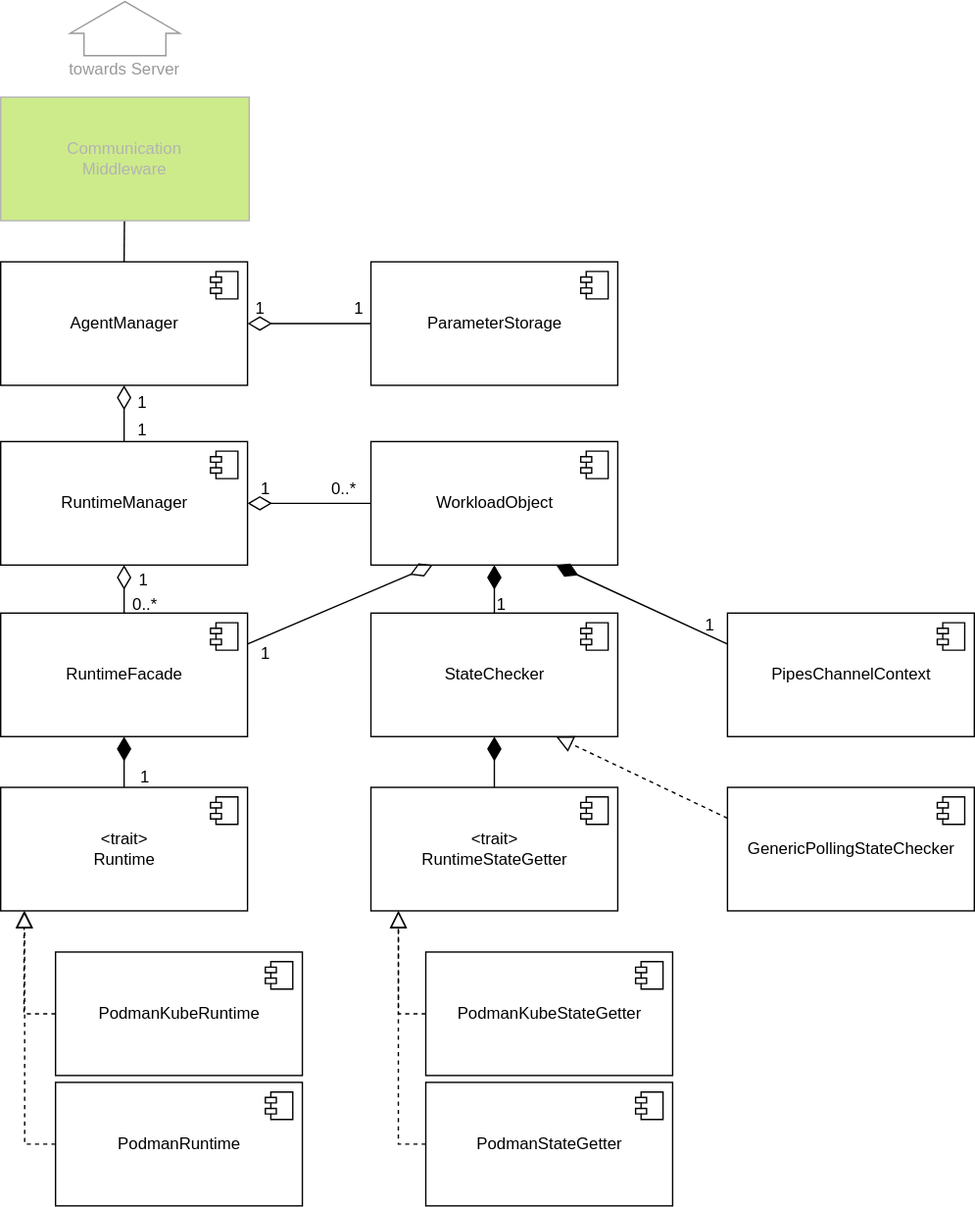
Earlier version of the draw.io export agent/doc/swdesign/drawio/unit_overview.drawio.svg (eclipse-ankaios/ankaios). Source tidied: cells renumbered, new cells last; positions are measured from the earlier drawing's top-left corner, leaving out a move shared by most shapes.
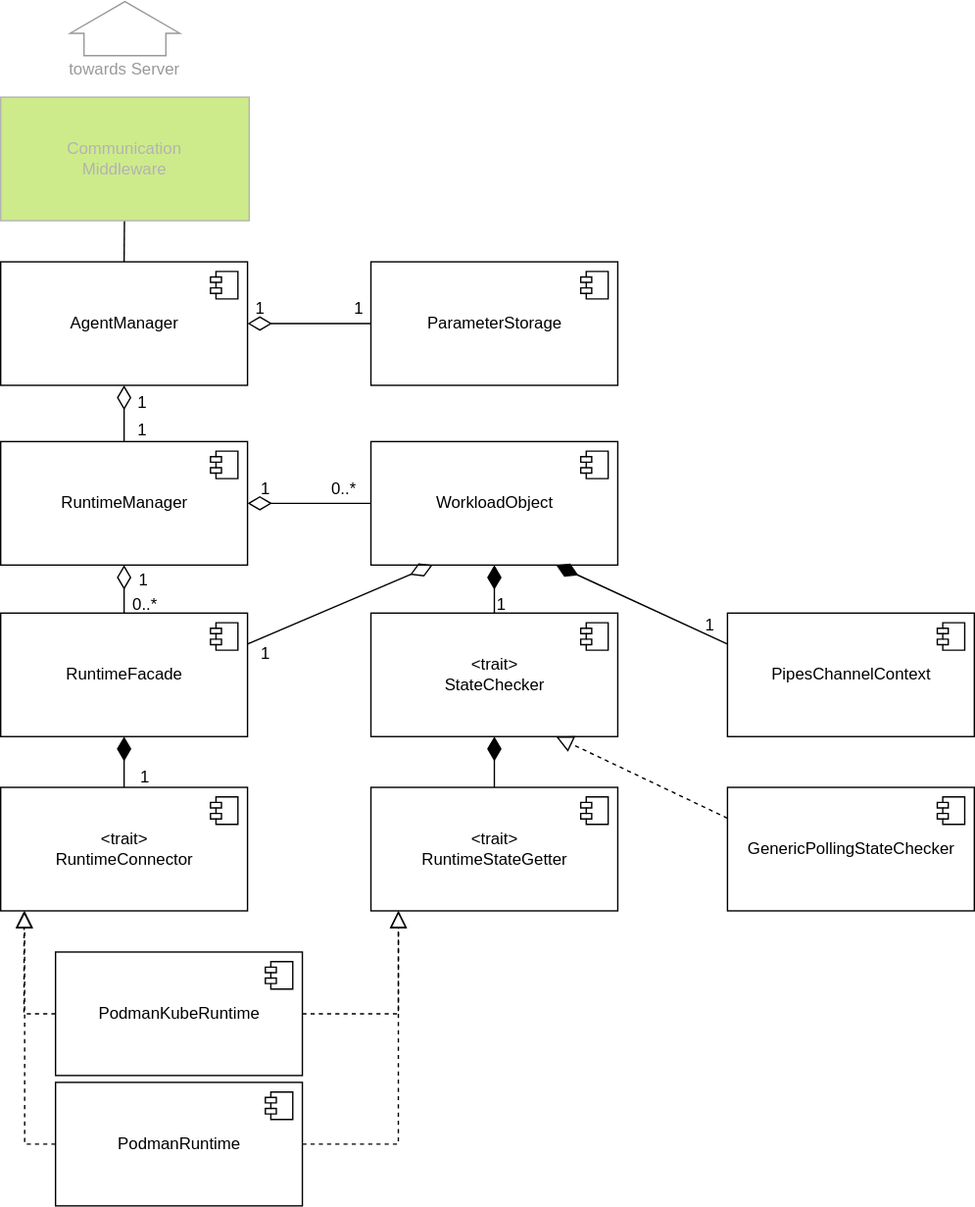
After the commit.

Commit message:
Fixing requirements updating diagram

Issue-Id: #1

What changed in the source:
```diff
@@ -29,7 +29,7 @@
     <mxCell id="8" style="edgeStyle=none;html=1;entryX=0.5;entryY=0;entryDx=0;entryDy=0;startArrow=diamondThin;startFill=0;endArrow=none;endFill=0;startSize=15;endSize=10;exitX=0.5;exitY=1;exitDx=0;exitDy=0;" parent="1" edge="1" source="4" target="6">
       <mxGeometry relative="1" as="geometry" />
     </mxCell>
-    <mxCell id="9" value="&amp;lt;trait&amp;gt;&lt;br&gt;Runtime" style="html=1;" parent="1" vertex="1">
+    <mxCell id="9" value="&amp;lt;trait&amp;gt;&lt;br&gt;RuntimeConnector" style="html=1;" parent="1" vertex="1">
       <mxGeometry y="593" width="180" height="90" as="geometry" />
     </mxCell>
     <mxCell id="10" style="shape=module;jettyWidth=8;jettyHeight=4;" parent="9" vertex="1">
@@ -80,7 +80,7 @@
     <mxCell id="21" style="edgeStyle=none;html=1;entryX=1;entryY=0.25;entryDx=0;entryDy=0;startArrow=diamondThin;startFill=0;endArrow=none;endFill=0;startSize=15;endSize=10;exitX=0.25;exitY=1;exitDx=0;exitDy=0;" parent="1" edge="1" source="18" target="6">
       <mxGeometry relative="1" as="geometry" />
     </mxCell>
-    <mxCell id="22" value="StateChecker" style="html=1;" parent="1" vertex="1">
+    <mxCell id="22" value="&amp;lt;trait&amp;gt;&lt;br&gt;StateChecker" style="html=1;" parent="1" vertex="1">
       <mxGeometry x="270" y="466" width="180" height="90" as="geometry" />
     </mxCell>
     <mxCell id="23" style="shape=module;jettyWidth=8;jettyHeight=4;" parent="22" vertex="1">
@@ -91,22 +91,6 @@
     <mxCell id="24" style="edgeStyle=none;html=1;entryX=0.5;entryY=0;entryDx=0;entryDy=0;startArrow=diamondThin;startFill=1;endArrow=none;endFill=0;startSize=15;endSize=10;exitX=0.5;exitY=1;exitDx=0;exitDy=0;" parent="1" edge="1" source="18" target="22">
       <mxGeometry relative="1" as="geometry" />
     </mxCell>
-    <mxCell id="25" value="PodmanKubeStateGetter" style="html=1;" parent="1" vertex="1">
-      <mxGeometry x="310" y="713" width="180" height="90" as="geometry" />
-    </mxCell>
-    <mxCell id="26" style="shape=module;jettyWidth=8;jettyHeight=4;" parent="25" vertex="1">
-      <mxGeometry x="1" width="20" height="20" relative="1" as="geometry">
-        <mxPoint x="-27" y="7" as="offset" />
-      </mxGeometry>
-    </mxCell>
-    <mxCell id="27" value="PodmanStateGetter" style="html=1;" parent="1" vertex="1">
-      <mxGeometry x="310" y="808" width="180" height="90" as="geometry" />
-    </mxCell>
-    <mxCell id="28" style="shape=module;jettyWidth=8;jettyHeight=4;" parent="27" vertex="1">
-      <mxGeometry x="1" width="20" height="20" relative="1" as="geometry">
-        <mxPoint x="-27" y="7" as="offset" />
-      </mxGeometry>
-    </mxCell>
     <mxCell id="29" value="&amp;lt;trait&amp;gt;&lt;br&gt;RuntimeStateGetter" style="html=1;" parent="1" vertex="1">
       <mxGeometry x="270" y="593" width="180" height="90" as="geometry" />
     </mxCell>
@@ -118,12 +102,12 @@
     <mxCell id="31" style="edgeStyle=none;html=1;entryX=0.5;entryY=0;entryDx=0;entryDy=0;startArrow=diamondThin;startFill=1;endArrow=none;endFill=0;startSize=15;endSize=10;exitX=0.5;exitY=1;exitDx=0;exitDy=0;" parent="1" edge="1" source="22" target="29">
       <mxGeometry relative="1" as="geometry" />
     </mxCell>
-    <mxCell id="32" style="edgeStyle=orthogonalEdgeStyle;html=1;startArrow=none;startFill=0;endArrow=block;endFill=0;startSize=15;endSize=10;dashed=1;exitX=0;exitY=0.5;exitDx=0;exitDy=0;rounded=0;" parent="1" edge="1" source="27">
+    <mxCell id="32" style="edgeStyle=orthogonalEdgeStyle;html=1;startArrow=none;startFill=0;endArrow=block;endFill=0;startSize=15;endSize=10;dashed=1;exitX=1;exitY=0.5;exitDx=0;exitDy=0;rounded=0;" parent="1" edge="1" source="12">
       <mxGeometry relative="1" as="geometry">
         <mxPoint x="290" y="683" as="targetPoint" />
       </mxGeometry>
     </mxCell>
-    <mxCell id="33" style="edgeStyle=orthogonalEdgeStyle;html=1;startArrow=none;startFill=0;endArrow=block;endFill=0;startSize=15;endSize=10;entryX=0.098;entryY=1.013;entryDx=0;entryDy=0;dashed=1;exitX=0;exitY=0.5;exitDx=0;exitDy=0;rounded=0;entryPerimeter=0;" parent="1" edge="1" source="25">
+    <mxCell id="33" style="edgeStyle=orthogonalEdgeStyle;html=1;startArrow=none;startFill=0;endArrow=block;endFill=0;startSize=15;endSize=10;entryX=0.098;entryY=1.013;entryDx=0;entryDy=0;dashed=1;exitX=1;exitY=0.5;exitDx=0;exitDy=0;rounded=0;entryPerimeter=0;" parent="1" edge="1" source="14">
       <mxGeometry relative="1" as="geometry">
         <mxPoint x="290" y="683" as="targetPoint" />
       </mxGeometry>
```
